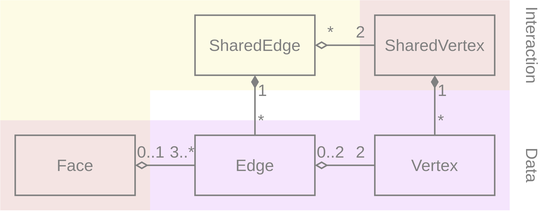
Above: wiki/MetaMeshGraph.svg in YoanWithY/kayo (draw.io), before the change. Source tidied: cells renumbered, new cells last; positions are measured from the earlier drawing's top-left corner, leaving out a move shared by most shapes.
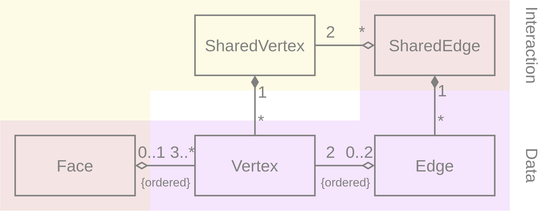
After the commit.

Diff of the diagram source:
```diff
@@ -5,7 +5,7 @@
     <mxCell id="2" style="shape=corner;whiteSpace=wrap;html=1;labelBackgroundColor=none;fontFamily=Helvetica;fontSize=11;fontColor=#808080;dx=100;dy=60;strokeColor=none;fillColor=#A100E6;opacity=10;flipH=1;flipV=1;" parent="1" vertex="1">
       <mxGeometry width="340" height="140" as="geometry" />
     </mxCell>
-    <mxCell id="3" style="shape=corner;whiteSpace=wrap;html=1;labelBackgroundColor=none;fontFamily=Helvetica;fontSize=11;fontColor=#808080;dx=100;dy=60;strokeColor=none;fillColor=#E6D600;opacity=10;" parent="1" vertex="1">
+    <mxCell id="3" style="shape=corner;whiteSpace=wrap;html=1;labelBackgroundColor=none;fontFamily=Helvetica;fontSize=11;fontColor=#808080;dx=100;dy=60;strokeColor=none;fillColor=#E6D600;opacity=10;direction=east;flipV=0;flipH=0;" parent="1" vertex="1">
       <mxGeometry width="340" height="140" as="geometry" />
     </mxCell>
     <mxCell id="4" style="edgeStyle=orthogonalEdgeStyle;shape=connector;rounded=0;html=1;labelBackgroundColor=default;strokeColor=#808080;fontFamily=Helvetica;fontSize=11;fontColor=#808080;endArrow=none;endFill=0;startArrow=diamondThin;startFill=1;" parent="1" edge="1" source="7" target="15">
@@ -22,19 +22,19 @@
       </mxGeometry>
     </mxCell>
     <mxCell id="7" value="SharedVertex" style="rounded=0;whiteSpace=wrap;html=1;fillColor=none;strokeColor=#808080;fontColor=#808080;fontFamily=Helvetica;fontSize=11;" parent="1" vertex="1">
-      <mxGeometry x="250" y="10" width="80" height="40" as="geometry" />
+      <mxGeometry x="130" y="10" width="80" height="40" as="geometry" />
     </mxCell>
     <mxCell id="8" style="edgeStyle=orthogonalEdgeStyle;html=1;fontFamily=Helvetica;fontSize=11;fontColor=#808080;endArrow=none;endFill=0;rounded=0;strokeColor=#808080;startArrow=diamondThin;startFill=0;" parent="1" edge="1" source="14" target="7">
       <mxGeometry relative="1" as="geometry" />
     </mxCell>
     <mxCell id="9" value="2" style="edgeLabel;align=center;verticalAlign=bottom;fontSize=11;fontFamily=Helvetica;fontColor=#808080;labelBackgroundColor=none;html=1;" parent="8" vertex="1">
       <mxGeometry x="0.62" y="-1" relative="1" as="geometry">
-        <mxPoint x="-2" y="-1" as="offset" />
+        <mxPoint x="2" y="1" as="offset" />
       </mxGeometry>
     </mxCell>
     <mxCell id="10" value="*" style="edgeLabel;align=center;verticalAlign=bottom;fontSize=11;fontFamily=Helvetica;fontColor=#808080;labelBackgroundColor=none;html=1;" parent="8" vertex="1">
       <mxGeometry x="-0.67" relative="1" as="geometry">
-        <mxPoint x="3" as="offset" />
+        <mxPoint x="-3" as="offset" />
       </mxGeometry>
     </mxCell>
     <mxCell id="11" style="edgeStyle=orthogonalEdgeStyle;shape=connector;rounded=0;html=1;labelBackgroundColor=default;strokeColor=#808080;fontFamily=Helvetica;fontSize=11;fontColor=#808080;startArrow=diamondThin;startFill=1;endArrow=none;endFill=0;" parent="1" edge="1" source="14" target="20">
@@ -51,10 +51,10 @@
       </mxGeometry>
     </mxCell>
     <mxCell id="14" value="SharedEdge" style="rounded=0;whiteSpace=wrap;html=1;fillColor=none;strokeColor=#808080;fontColor=#808080;fontFamily=Helvetica;fontSize=11;" parent="1" vertex="1">
-      <mxGeometry x="130" y="10" width="80" height="40" as="geometry" />
+      <mxGeometry x="250" y="10" width="80" height="40" as="geometry" />
     </mxCell>
     <mxCell id="15" value="Vertex" style="rounded=0;whiteSpace=wrap;html=1;fillColor=none;strokeColor=#808080;fontColor=#808080;fontFamily=Helvetica;fontSize=11;" parent="1" vertex="1">
-      <mxGeometry x="250" y="90" width="80" height="40" as="geometry" />
+      <mxGeometry x="130" y="90" width="80" height="40" as="geometry" />
     </mxCell>
     <mxCell id="16" value="Face" style="rounded=0;whiteSpace=wrap;html=1;fillColor=none;strokeColor=#808080;fontColor=#808080;fontFamily=Helvetica;fontSize=11;" parent="1" vertex="1">
       <mxGeometry x="10" y="90" width="80" height="40" as="geometry" />
@@ -62,36 +62,42 @@
     <mxCell id="17" style="edgeStyle=orthogonalEdgeStyle;shape=connector;rounded=0;html=1;labelBackgroundColor=default;strokeColor=#808080;fontFamily=Helvetica;fontSize=11;fontColor=#808080;startArrow=diamondThin;startFill=0;endArrow=none;endFill=0;" parent="1" edge="1" source="20" target="15">
       <mxGeometry relative="1" as="geometry" />
     </mxCell>
-    <mxCell id="18" value="0..2" style="edgeLabel;html=1;align=center;verticalAlign=bottom;fontSize=11;fontFamily=Helvetica;fontColor=#808080;labelBackgroundColor=none;" parent="17" vertex="1">
+    <mxCell id="18" value="0..2" style="edgeLabel;html=1;align=right;verticalAlign=bottom;fontSize=11;fontFamily=Helvetica;fontColor=#808080;labelBackgroundColor=none;" parent="17" vertex="1">
       <mxGeometry x="-0.67" relative="1" as="geometry">
-        <mxPoint x="3" as="offset" />
+        <mxPoint x="6" as="offset" />
       </mxGeometry>
     </mxCell>
     <mxCell id="19" value="2" style="edgeLabel;html=1;align=center;verticalAlign=bottom;fontSize=11;fontFamily=Helvetica;fontColor=#808080;labelBackgroundColor=none;" parent="17" vertex="1">
       <mxGeometry x="0.7" y="-1" relative="1" as="geometry">
-        <mxPoint x="-4" y="-1" as="offset" />
+        <mxPoint x="4" y="1" as="offset" />
       </mxGeometry>
     </mxCell>
+    <mxCell id="26" value="{ordered}" style="edgeLabel;html=1;align=center;verticalAlign=top;fontSize=8;fontColor=#808080;labelBackgroundColor=none;" parent="17" vertex="1">
+      <mxGeometry x="0.23" relative="1" as="geometry">
+        <mxPoint x="5" as="offset" />
+      </mxGeometry>
+    </mxCell>
     <mxCell id="20" value="Edge" style="rounded=0;whiteSpace=wrap;html=1;fillColor=none;strokeColor=#808080;fontColor=#808080;fontFamily=Helvetica;fontSize=11;" parent="1" vertex="1">
-      <mxGeometry x="130" y="90" width="80" height="40" as="geometry" />
+      <mxGeometry x="250" y="90" width="80" height="40" as="geometry" />
     </mxCell>
-    <mxCell id="21" style="edgeStyle=orthogonalEdgeStyle;shape=connector;rounded=0;html=1;labelBackgroundColor=default;strokeColor=#808080;fontFamily=Helvetica;fontSize=11;fontColor=#808080;startArrow=diamondThin;startFill=0;endArrow=none;endFill=0;" parent="1" edge="1" source="16" target="20">
-      <mxGeometry relative="1" as="geometry">
-        <Array as="points">
-          <mxPoint x="50" y="110" />
-        </Array>
-      </mxGeometry>
+    <mxCell id="21" style="edgeStyle=orthogonalEdgeStyle;shape=connector;rounded=0;html=1;labelBackgroundColor=default;strokeColor=#808080;fontFamily=Helvetica;fontSize=11;fontColor=#808080;startArrow=diamondThin;startFill=0;endArrow=none;endFill=0;" parent="1" edge="1" source="16" target="15">
+      <mxGeometry relative="1" as="geometry" />
     </mxCell>
-    <mxCell id="22" value="3..*" style="edgeLabel;align=center;verticalAlign=bottom;fontSize=11;fontFamily=Helvetica;fontColor=#808080;labelBackgroundColor=none;spacing=2;spacingTop=0;spacingLeft=0;spacingRight=0;html=1;" parent="21" vertex="1">
+    <mxCell id="22" value="3..*" style="edgeLabel;align=right;verticalAlign=bottom;fontSize=11;fontFamily=Helvetica;fontColor=#808080;labelBackgroundColor=none;spacing=2;spacingTop=0;spacingLeft=0;spacingRight=0;html=1;" parent="21" vertex="1">
       <mxGeometry x="0.71" relative="1" as="geometry">
-        <mxPoint x="-4" as="offset" />
+        <mxPoint x="6" as="offset" />
       </mxGeometry>
     </mxCell>
-    <mxCell id="23" value="0..1" style="edgeLabel;html=1;align=center;verticalAlign=bottom;fontSize=11;fontFamily=Helvetica;fontColor=#808080;labelBackgroundColor=none;" parent="21" vertex="1">
+    <mxCell id="23" value="0..1" style="edgeLabel;html=1;align=left;verticalAlign=bottom;fontSize=11;fontFamily=Helvetica;fontColor=#808080;labelBackgroundColor=none;" parent="21" vertex="1">
       <mxGeometry x="-0.41" y="-1" relative="1" as="geometry">
-        <mxPoint x="-2" y="-1" as="offset" />
+        <mxPoint x="-12" y="-1" as="offset" />
       </mxGeometry>
     </mxCell>
+    <mxCell id="27" value="{ordered}" style="edgeLabel;html=1;align=center;verticalAlign=top;fontSize=8;labelBackgroundColor=none;fontColor=#808080;" parent="21" vertex="1">
+      <mxGeometry x="-0.14" y="-1" relative="1" as="geometry">
+        <mxPoint x="3" y="-1" as="offset" />
+      </mxGeometry>
+    </mxCell>
     <mxCell id="24" value="Interaction" style="text;html=1;strokeColor=none;fillColor=none;align=center;verticalAlign=middle;whiteSpace=wrap;rounded=0;labelBackgroundColor=none;fontFamily=Helvetica;fontSize=11;fontColor=#808080;opacity=10;horizontal=0;rotation=-180;" parent="1" vertex="1">
       <mxGeometry x="340" width="30" height="60" as="geometry" />
     </mxCell>
```
